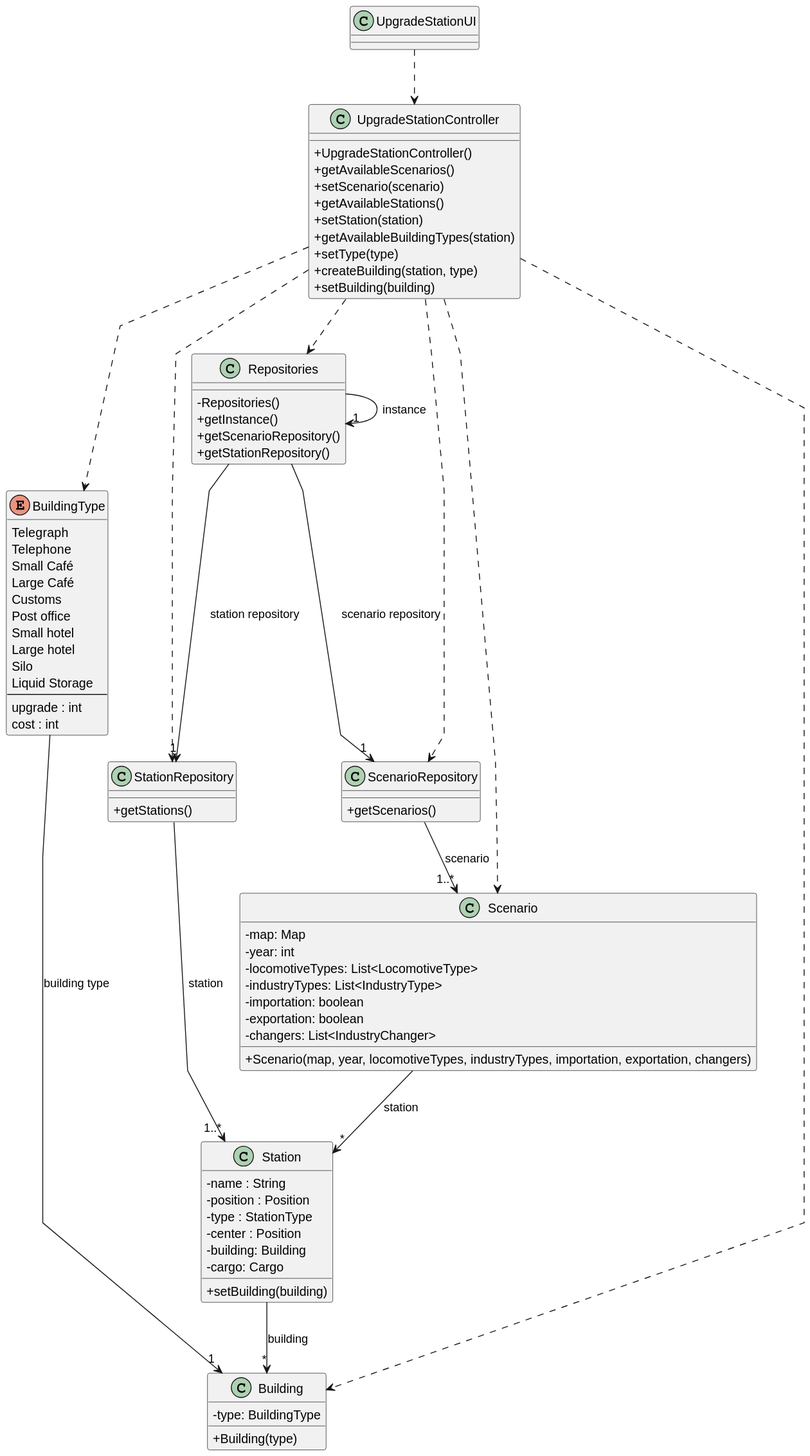
Above: Sprint2/US006/03.design/svg/US006-CD.svg in 1240935/pi2-railway-simulator (PlantUML), before the change.
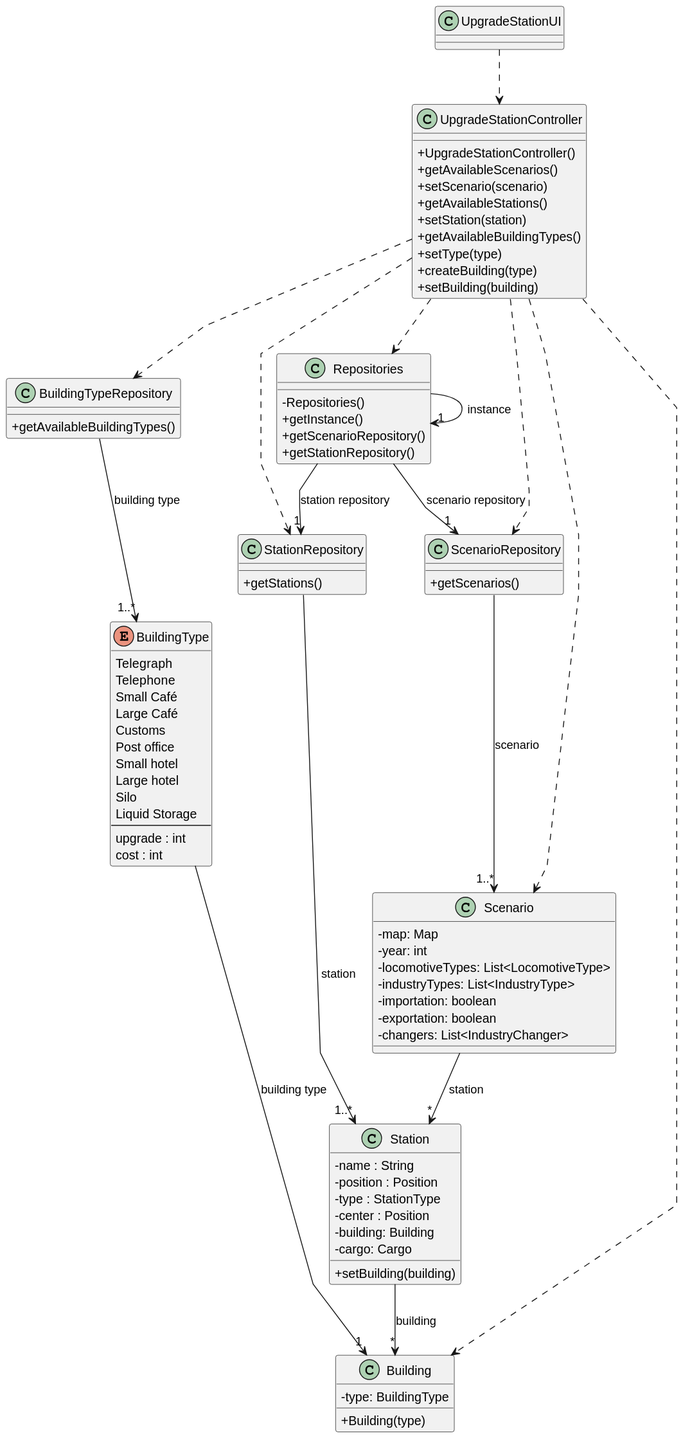
Later version of the same file.

The edit, as a diff of the source:
```diff
@@ -15,9 +15,9 @@
     + setScenario(scenario)
     + getAvailableStations()
     + setStation(station)
-    + getAvailableBuildingTypes(station)
+    + getAvailableBuildingTypes()
     + setType(type)
-    + createBuilding(station, type)
+    + createBuilding(type)
     + setBuilding(building)
 }
 
@@ -34,6 +34,10 @@
     + getInstance()
     + getScenarioRepository()
     + getStationRepository()
+}
+
+class BuildingTypeRepository{
+    +getAvailableBuildingTypes()
 }
 
 enum BuildingType {
@@ -75,7 +79,6 @@
     -importation: boolean
     -exportation: boolean
     -changers: List<IndustryChanger>
-    +Scenario(map, year, locomotiveTypes, industryTypes, importation, exportation, changers)
 }
 
 
@@ -83,15 +86,16 @@
 UpgradeStationController ..> Repositories
 UpgradeStationController ..> ScenarioRepository
 UpgradeStationController ..> StationRepository
-UpgradeStationController ..> BuildingType
 UpgradeStationController ..> Building
 UpgradeStationController ..> Scenario
+UpgradeStationController ..> BuildingTypeRepository
 ScenarioRepository --> "1..*" Scenario  : scenario
 StationRepository --> "1..*" Station  : station
+BuildingTypeRepository --> "1..*" BuildingType : building type
 Scenario --> "*" Station : station
 Station --> "*" Building : building
 Repositories --> "1" ScenarioRepository : scenario repository
-Repositories -> "1" Repositories : instance
+Repositories --> "1" Repositories : instance
 Repositories --> "1" StationRepository : station repository
 BuildingType --> "1" Building : building type
 @enduml
```
